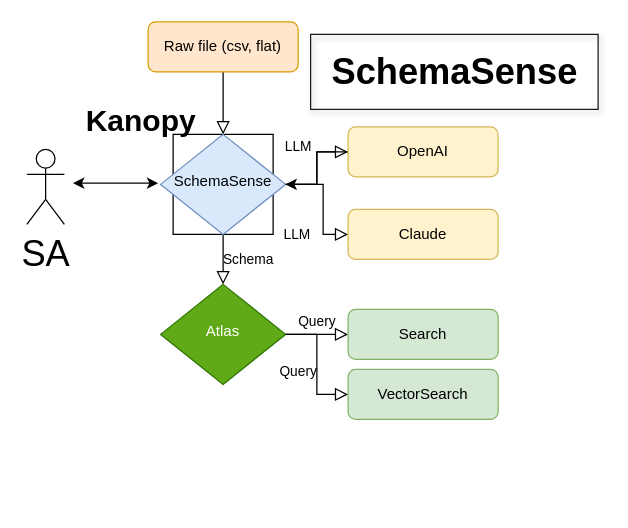
jakeskeez/Diagrams keeps this draw.io diagram as 2024 - Hackathon.drawio. Above is the earlier version. Source tidied: cells renumbered, new cells numbered last; positions are measured from the earlier drawing's top-left corner, leaving out a move shared by most shapes. Both pictures are drawn from the tidied source at 125%, with x=0, y=0 at pixel (26, 21).
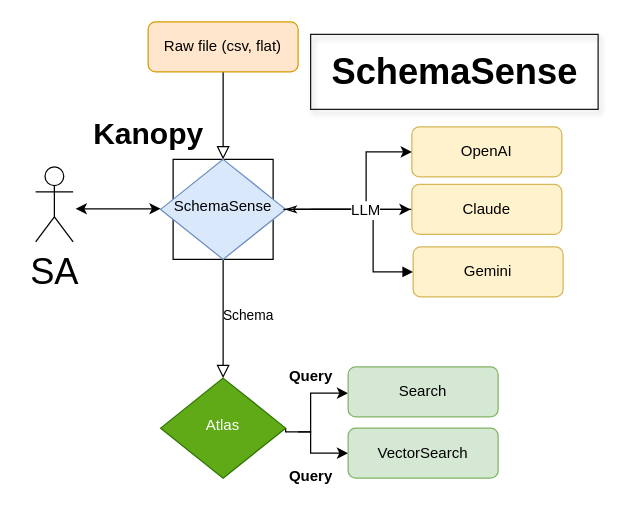
After the change.

The change refers to these unchanged cells:
```xml
<mxCell id="4" value="Raw file (csv, flat)" style="rounded=1;whiteSpace=wrap;html=1;fontSize=12;glass=0;strokeWidth=1;shadow=0;fillColor=#ffe6cc;strokeColor=#d79b00;" parent="1" vertex="1">
  <mxGeometry x="97" width="120" height="40" as="geometry" />
</mxCell>
```

Diff of the diagram source:
```diff
@@
     <mxCell id="2" style="whiteSpace=wrap;html=1;fontSize=29;" parent="1" vertex="1">
-      <mxGeometry x="117" y="90" width="80" height="80" as="geometry" />
+      <mxGeometry x="117" y="110" width="80" height="80" as="geometry" />
     </mxCell>
     <mxCell id="3" style="rounded=0;html=1;jettySize=auto;fontSize=11;endArrow=block;endFill=0;endSize=8;strokeWidth=1;shadow=0;labelBackgroundColor=none;edgeStyle=orthogonalEdgeStyle;" parent="1" edge="1" source="4" target="7">
-      <mxGeometry relative="1" as="geometry" />
+      <mxGeometry relative="1" as="geometry">
+        <Array as="points">
+          <mxPoint x="157" y="60" />
+          <mxPoint x="157" y="60" />
+        </Array>
+      </mxGeometry>
     </mxCell>
@@
     <mxCell id="5" value="Schema" style="rounded=0;html=1;jettySize=auto;fontSize=11;endArrow=block;endFill=0;endSize=8;strokeWidth=1;shadow=0;labelBackgroundColor=none;edgeStyle=orthogonalEdgeStyle;" parent="1" edge="1" source="7" target="11">
-      <mxGeometry y="20" relative="1" as="geometry" />
+      <mxGeometry x="-0.09" y="20" relative="1" as="geometry">
+        <Array as="points">
+          <mxPoint x="157" y="240" />
+          <mxPoint x="157" y="240" />
+        </Array>
+        <mxPoint y="2" as="offset" />
+      </mxGeometry>
     </mxCell>
-    <mxCell id="6" value="LLM" style="edgeStyle=orthogonalEdgeStyle;rounded=0;html=1;jettySize=auto;fontSize=11;endArrow=block;endFill=0;endSize=8;strokeWidth=1;shadow=0;labelBackgroundColor=none;" parent="1" edge="1" source="7" target="9">
-      <mxGeometry x="0.34" y="16" relative="1" as="geometry">
-        <mxPoint x="-15" y="12" as="offset" />
-      </mxGeometry>
-    </mxCell>
+    <mxCell id="21" style="edgeStyle=orthogonalEdgeStyle;rounded=0;jettySize=auto;html=1;fontSize=12;endArrow=block;endFill=1;" parent="1" edge="1" source="7" target="25">
+      <mxGeometry relative="1" as="geometry">
+        <Array as="points">
+          <mxPoint x="277" y="150" />
+          <mxPoint x="277" y="200" />
+        </Array>
+      </mxGeometry>
+    </mxCell>
     <mxCell id="7" value="SchemaSense" style="rhombus;whiteSpace=wrap;html=1;shadow=0;fontFamily=Helvetica;fontSize=12;align=center;strokeWidth=1;spacing=6;spacingTop=-4;fillColor=#dae8fc;strokeColor=#6c8ebf;" parent="1" vertex="1">
-      <mxGeometry x="107" y="90" width="100" height="80" as="geometry" />
+      <mxGeometry x="107" y="110" width="100" height="80" as="geometry" />
     </mxCell>
-    <mxCell id="8" style="edgeStyle=orthogonalEdgeStyle;rounded=0;jettySize=auto;html=1;" parent="1" edge="1" source="9" target="7">
-      <mxGeometry relative="1" as="geometry" />
-    </mxCell>
     <mxCell id="9" value="OpenAI" style="rounded=1;whiteSpace=wrap;html=1;fontSize=12;glass=0;strokeWidth=1;shadow=0;fillColor=#fff2cc;strokeColor=#d6b656;" parent="1" vertex="1">
-      <mxGeometry x="257" y="84" width="120" height="40" as="geometry" />
+      <mxGeometry x="308" y="84" width="120" height="40" as="geometry" />
     </mxCell>
-    <mxCell id="10" value="Query" style="edgeStyle=orthogonalEdgeStyle;rounded=0;html=1;jettySize=auto;fontSize=11;endArrow=block;endFill=0;endSize=8;strokeWidth=1;shadow=0;labelBackgroundColor=none;" parent="1" edge="1" source="11" target="12">
-      <mxGeometry y="10" relative="1" as="geometry" />
-    </mxCell>
+    <mxCell id="22" style="edgeStyle=orthogonalEdgeStyle;rounded=0;orthogonalLoop=1;jettySize=auto;html=1;entryX=0;entryY=0.5;entryDx=0;entryDy=0;fontSize=29;exitX=1;exitY=0.5;exitDx=0;exitDy=0;" parent="1" edge="1">
+      <mxGeometry relative="1" as="geometry">
+        <mxPoint x="217" y="328" as="sourcePoint" />
+        <mxPoint x="257" y="297" as="targetPoint" />
+        <Array as="points">
+          <mxPoint x="227" y="328" />
+          <mxPoint x="227" y="297" />
+        </Array>
+      </mxGeometry>
+    </mxCell>
+    <mxCell id="15" style="edgeStyle=orthogonalEdgeStyle;rounded=0;jettySize=auto;html=1;exitX=1;exitY=0.5;exitDx=0;exitDy=0;entryX=0;entryY=0.5;entryDx=0;entryDy=0;fontSize=29;" parent="1" edge="1" source="11" target="16">
+      <mxGeometry relative="1" as="geometry">
+        <Array as="points">
+          <mxPoint x="207" y="328" />
+          <mxPoint x="227" y="328" />
+          <mxPoint x="227" y="345" />
+        </Array>
+      </mxGeometry>
+    </mxCell>
     <mxCell id="11" value="Atlas" style="rhombus;whiteSpace=wrap;html=1;shadow=0;fontFamily=Helvetica;fontSize=12;align=center;strokeWidth=1;spacing=6;spacingTop=-4;fillColor=#60a917;fontColor=#ffffff;strokeColor=#2D7600;" parent="1" vertex="1">
-      <mxGeometry x="107" y="210" width="100" height="80" as="geometry" />
+      <mxGeometry x="107" y="285" width="100" height="80" as="geometry" />
     </mxCell>
     <mxCell id="12" value="Search" style="rounded=1;whiteSpace=wrap;html=1;fontSize=12;glass=0;strokeWidth=1;shadow=0;fillColor=#d5e8d4;strokeColor=#82b366;" parent="1" vertex="1">
-      <mxGeometry x="257" y="230" width="120" height="40" as="geometry" />
+      <mxGeometry x="257" y="276" width="120" height="40" as="geometry" />
     </mxCell>
-    <mxCell id="13" value="LLM" style="edgeStyle=orthogonalEdgeStyle;rounded=0;html=1;jettySize=auto;fontSize=11;endArrow=block;endFill=0;endSize=8;strokeWidth=1;shadow=0;labelBackgroundColor=none;exitX=1;exitY=0.5;exitDx=0;exitDy=0;" parent="1" edge="1" source="7" target="14">
-      <mxGeometry x="0.56" y="-20" relative="1" as="geometry">
-        <Array as="points">
-          <mxPoint x="237" y="130" />
-          <mxPoint x="237" y="170" />
-        </Array>
-        <mxPoint x="-21" y="-20" as="offset" />
-      </mxGeometry>
-    </mxCell>
+    <mxCell id="23" style="edgeStyle=orthogonalEdgeStyle;rounded=0;jettySize=auto;html=1;fontSize=12;endArrow=classicThin;endFill=0;" parent="1" edge="1" source="14" target="7">
+      <mxGeometry relative="1" as="geometry" />
+    </mxCell>
     <mxCell id="14" value="Claude" style="rounded=1;whiteSpace=wrap;html=1;fontSize=12;glass=0;strokeWidth=1;shadow=0;fillColor=#fff2cc;strokeColor=#d6b656;" parent="1" vertex="1">
-      <mxGeometry x="257" y="150" width="120" height="40" as="geometry" />
+      <mxGeometry x="308" y="130" width="120" height="40" as="geometry" />
     </mxCell>
-    <mxCell id="15" value="Query" style="edgeStyle=orthogonalEdgeStyle;rounded=0;html=1;jettySize=auto;fontSize=11;endArrow=block;endFill=0;endSize=8;strokeWidth=1;shadow=0;labelBackgroundColor=none;exitX=1;exitY=0.5;exitDx=0;exitDy=0;" parent="1" edge="1" source="11" target="16">
-      <mxGeometry x="0.12" y="-15" relative="1" as="geometry" />
-    </mxCell>
     <mxCell id="16" value="VectorSearch" style="rounded=1;whiteSpace=wrap;html=1;fontSize=12;glass=0;strokeWidth=1;shadow=0;fillColor=#d5e8d4;strokeColor=#82b366;" parent="1" vertex="1">
-      <mxGeometry x="257" y="278" width="120" height="40" as="geometry" />
+      <mxGeometry x="257" y="325" width="120" height="40" as="geometry" />
     </mxCell>
@@
     <mxCell id="18" value="SA" style="shape=umlActor;verticalLabelPosition=bottom;verticalAlign=top;html=1;fontSize=29;" parent="1" vertex="1">
-      <mxGeometry y="102" width="30" height="60" as="geometry" />
+      <mxGeometry x="7" y="116" width="30" height="60" as="geometry" />
     </mxCell>
     <mxCell id="19" style="endArrow=classic;startArrow=classic;html=1;rounded=0;fontSize=29;" parent="1" edge="1">
       <mxGeometry relative="1" as="geometry">
-        <mxPoint x="37" y="129" as="sourcePoint" />
-        <mxPoint x="105" y="129" as="targetPoint" />
+        <mxPoint x="39" y="149.5" as="sourcePoint" />
+        <mxPoint x="107" y="149.5" as="targetPoint" />
         <Array as="points">
-          <mxPoint x="75" y="129" />
+          <mxPoint x="77" y="149.5" />
         </Array>
       </mxGeometry>
     </mxCell>
     <mxCell id="20" value="Kanopy" style="text;strokeColor=none;fillColor=none;html=1;fontSize=24;fontStyle=1;verticalAlign=middle;align=center;" parent="1" vertex="1">
-      <mxGeometry x="41" y="60" width="100" height="40" as="geometry" />
+      <mxGeometry x="47" y="70" width="100" height="40" as="geometry" />
     </mxCell>
+    <mxCell id="24" value="&lt;span style=&quot;font-size: 12px&quot;&gt;Query&lt;/span&gt;" style="text;strokeColor=none;fillColor=none;html=1;fontSize=24;fontStyle=1;verticalAlign=middle;align=center;shadow=1;" parent="1" vertex="1">
+      <mxGeometry x="177" y="260" width="100" height="40" as="geometry" />
+    </mxCell>
+    <mxCell id="25" value="Gemini" style="rounded=1;whiteSpace=wrap;html=1;fontSize=12;glass=0;strokeWidth=1;shadow=0;fillColor=#fff2cc;strokeColor=#d6b656;" parent="1" vertex="1">
+      <mxGeometry x="309" y="180" width="120" height="40" as="geometry" />
+    </mxCell>
+    <mxCell id="26" style="group;" parent="1" vertex="1">
+      <mxGeometry x="227" y="120" width="80" height="80" as="geometry" />
+    </mxCell>
+    <mxCell id="27" style="group;" parent="26" vertex="1">
+      <mxGeometry width="80" height="30" as="geometry" />
+    </mxCell>
+    <mxCell id="28" style="edgeStyle=elbowEdgeStyle;elbow=horizontal;endArrow=classic;html=1;rounded=0;fontSize=12;entryX=0;entryY=0.5;entryDx=0;entryDy=0;" parent="27" edge="1" target="9">
+      <mxGeometry relative="1" as="geometry">
+        <mxPoint x="-21.8" y="30" as="sourcePoint" />
+        <Array as="points">
+          <mxPoint x="44.4" y="10" />
+        </Array>
+      </mxGeometry>
+    </mxCell>
+    <mxCell id="29" style="endArrow=classic;html=1;rounded=0;fontSize=12;" parent="27" edge="1">
+      <mxGeometry relative="1" as="geometry">
+        <mxPoint y="30" as="sourcePoint" />
+        <mxPoint x="80" y="30" as="targetPoint" />
+        <Array as="points">
+          <mxPoint x="26.7" y="30" />
+          <mxPoint x="53.3" y="30" />
+        </Array>
+      </mxGeometry>
+    </mxCell>
+    <mxCell id="30" value="LLM" style="edgeLabel;html=1;align=center;verticalAlign=middle;fontSize=12;" parent="29" vertex="1">
+      <mxGeometry x="-0.64" y="2" relative="1" as="geometry">
+        <mxPoint x="29" y="2" as="offset" />
+      </mxGeometry>
+    </mxCell>
+    <mxCell id="31" value="&lt;font style=&quot;font-size: 12px&quot;&gt;Query&lt;/font&gt;" style="text;strokeColor=none;fillColor=none;html=1;fontSize=24;fontStyle=1;verticalAlign=middle;align=center;shadow=1;" parent="1" vertex="1">
+      <mxGeometry x="177" y="340" width="100" height="40" as="geometry" />
+    </mxCell>
```
